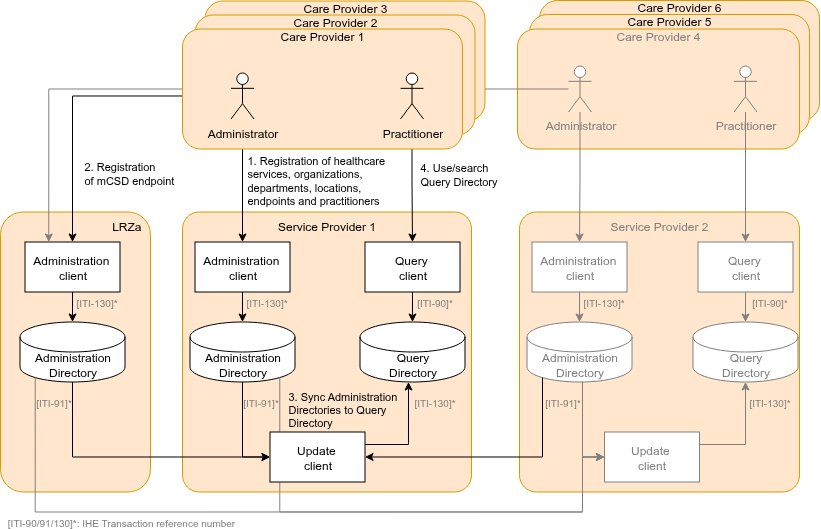
Above: input/images/careservices-overview-transactions.png in minvws/generiekefuncties-docs (draw.io), before the change. Source tidied: cells renumbered, new cells last; positions are measured from the earlier drawing's top-left corner, leaving out a move shared by most shapes.
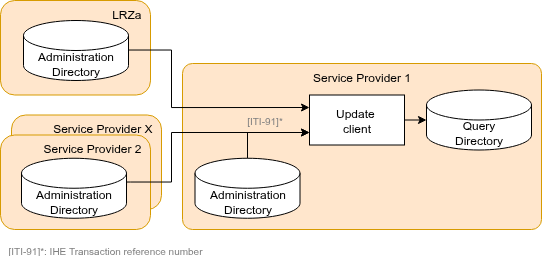
The same diagram one commit later.

Commit message:
simplify overview, include sync example

Change to the diagram source:
```diff
@@ -2,217 +2,63 @@
   <root>
     <mxCell id="0" />
     <mxCell id="1" parent="0" />
-    <mxCell id="2" value="Care Provider 6" style="rounded=1;whiteSpace=wrap;html=1;verticalAlign=top;align=center;fillColor=#ffe6cc;strokeColor=#d79b00;spacing=-5;" parent="1" vertex="1">
-      <mxGeometry x="539" width="280" height="120" as="geometry" />
-    </mxCell>
-    <mxCell id="3" value="Care Provider 5" style="rounded=1;whiteSpace=wrap;html=1;verticalAlign=top;align=center;fillColor=#ffe6cc;strokeColor=#d79b00;spacing=-5;" parent="1" vertex="1">
-      <mxGeometry x="529" y="14" width="280" height="120" as="geometry" />
-    </mxCell>
     <mxCell id="4" value="Service Provider 1" style="rounded=1;whiteSpace=wrap;html=1;verticalAlign=top;align=center;fillColor=#ffe6cc;strokeColor=#d79b00;horizontal=1;arcSize=6;" parent="1" vertex="1">
-      <mxGeometry x="182" y="211.5" width="289" height="280" as="geometry" />
+      <mxGeometry x="328" y="100" width="359" height="166" as="geometry" />
     </mxCell>
     <mxCell id="5" value="LRZa" style="rounded=1;whiteSpace=wrap;html=1;verticalAlign=top;align=right;fillColor=#ffe6cc;strokeColor=#d79b00;spacingLeft=9;horizontal=1;spacingRight=7;" parent="1" vertex="1">
-      <mxGeometry y="211.5" width="150" height="280" as="geometry" />
+      <mxGeometry x="146" y="37" width="150" height="94.5" as="geometry" />
     </mxCell>
     <mxCell id="6" value="Administration&lt;div&gt;Directory&lt;/div&gt;" style="shape=cylinder3;whiteSpace=wrap;html=1;boundedLbl=1;backgroundOutline=1;size=15;" parent="1" vertex="1">
-      <mxGeometry x="19.5" y="321.5" width="105" height="60" as="geometry" />
+      <mxGeometry x="169" y="57" width="105" height="60" as="geometry" />
     </mxCell>
-    <mxCell id="7" value="Administration&amp;nbsp;&lt;div&gt;client&lt;/div&gt;" style="rounded=0;whiteSpace=wrap;html=1;" parent="1" vertex="1">
-      <mxGeometry x="24.5" y="241.5" width="95" height="50" as="geometry" />
-    </mxCell>
-    <mxCell id="8" style="edgeStyle=orthogonalEdgeStyle;rounded=0;jettySize=auto;html=1;" parent="1" edge="1" source="7" target="6">
-      <mxGeometry relative="1" as="geometry" />
-    </mxCell>
-    <mxCell id="9" style="edgeStyle=orthogonalEdgeStyle;rounded=0;jettySize=auto;html=1;" parent="1" edge="1" source="48" target="15">
-      <mxGeometry relative="1" as="geometry" />
-    </mxCell>
-    <mxCell id="10" value="&lt;span&gt;1. Registration&amp;nbsp;&lt;/span&gt;&lt;span style=&quot;color: light-dark(rgb(0, 0, 0), rgb(255, 255, 255));&quot;&gt;of&amp;nbsp;&lt;/span&gt;healthcare&amp;nbsp;&lt;div&gt;services, organizations,&amp;nbsp;&lt;/div&gt;&lt;div&gt;departments, locations,&amp;nbsp;&lt;/div&gt;&lt;div&gt;endpoints and practitioners&lt;/div&gt;" style="edgeLabel;html=1;align=left;verticalAlign=middle;labelBackgroundColor=none;fontSize=11;fontStyle=0;" parent="9" vertex="1">
-      <mxGeometry x="0.07" relative="1" as="geometry">
-        <mxPoint x="3" y="-4" as="offset" />
-      </mxGeometry>
-    </mxCell>
-    <mxCell id="11" style="edgeStyle=orthogonalEdgeStyle;rounded=0;jettySize=auto;html=1;" parent="1" edge="1" source="49" target="18">
-      <mxGeometry relative="1" as="geometry" />
-    </mxCell>
-    <mxCell id="12" value="4. Use/search&amp;nbsp;&lt;div&gt;Query Directory&lt;/div&gt;" style="edgeLabel;html=1;align=left;verticalAlign=middle;labelBackgroundColor=none;fontSize=11;" parent="11" vertex="1">
-      <mxGeometry x="0.12" y="1" relative="1" as="geometry">
-        <mxPoint x="5" y="-13" as="offset" />
-      </mxGeometry>
-    </mxCell>
     <mxCell id="13" value="Administration&lt;div&gt;Directory&lt;/div&gt;" style="shape=cylinder3;whiteSpace=wrap;html=1;boundedLbl=1;backgroundOutline=1;size=15;" parent="1" vertex="1">
-      <mxGeometry x="189.5" y="321.5" width="105" height="60" as="geometry" />
+      <mxGeometry x="340.5" y="194.8" width="105" height="60" as="geometry" />
     </mxCell>
-    <mxCell id="14" style="edgeStyle=orthogonalEdgeStyle;rounded=0;jettySize=auto;html=1;" parent="1" edge="1" source="15" target="13">
-      <mxGeometry relative="1" as="geometry" />
-    </mxCell>
-    <mxCell id="15" value="Administration&amp;nbsp;&lt;div&gt;client&lt;/div&gt;" style="rounded=0;whiteSpace=wrap;html=1;" parent="1" vertex="1">
-      <mxGeometry x="194.5" y="241.5" width="95" height="50" as="geometry" />
-    </mxCell>
     <mxCell id="16" value="Query&lt;div&gt;Directory&lt;/div&gt;" style="shape=cylinder3;whiteSpace=wrap;html=1;boundedLbl=1;backgroundOutline=1;size=15;" parent="1" vertex="1">
-      <mxGeometry x="359.5" y="321.5" width="105" height="60" as="geometry" />
+      <mxGeometry x="572" y="126.5" width="105" height="60" as="geometry" />
     </mxCell>
-    <mxCell id="17" style="edgeStyle=orthogonalEdgeStyle;rounded=0;jettySize=auto;html=1;" parent="1" edge="1" source="18" target="16">
-      <mxGeometry relative="1" as="geometry" />
-    </mxCell>
-    <mxCell id="18" value="Query&amp;nbsp;&lt;div&gt;client&lt;/div&gt;" style="rounded=0;whiteSpace=wrap;html=1;" parent="1" vertex="1">
-      <mxGeometry x="364.5" y="241.5" width="95" height="50" as="geometry" />
-    </mxCell>
-    <mxCell id="19" style="edgeStyle=orthogonalEdgeStyle;rounded=0;jettySize=auto;html=1;exitX=0;exitY=0.5;exitDx=0;exitDy=0;startArrow=classic;startFill=1;endArrow=none;endFill=0;" parent="1" edge="1" source="41" target="13">
+    <mxCell id="19" style="edgeStyle=orthogonalEdgeStyle;rounded=0;jettySize=auto;html=1;exitX=0;exitY=0.75;exitDx=0;exitDy=0;startArrow=classic;startFill=1;endArrow=none;endFill=0;" parent="1" edge="1" source="41" target="13">
       <mxGeometry relative="1" as="geometry" />
     </mxCell>
-    <mxCell id="20" value="Care Provider 4" style="rounded=1;whiteSpace=wrap;html=1;verticalAlign=top;align=center;fillColor=#ffe6cc;strokeColor=#d79b00;fontColor=#808080;spacing=-5;" parent="1" vertex="1">
-      <mxGeometry x="517" y="28.5" width="282" height="120" as="geometry" />
-    </mxCell>
-    <mxCell id="21" value="Service Provider 2" style="rounded=1;whiteSpace=wrap;html=1;verticalAlign=top;align=center;fillColor=#ffe6cc;strokeColor=#d79b00;fontColor=#808080;arcSize=6;" parent="1" vertex="1">
-      <mxGeometry x="519" y="211.5" width="280" height="280" as="geometry" />
-    </mxCell>
-    <mxCell id="22" value="Administration&lt;div&gt;Directory&lt;/div&gt;" style="shape=cylinder3;whiteSpace=wrap;html=1;boundedLbl=1;backgroundOutline=1;size=15;strokeColor=#808080;fontColor=#808080;" parent="1" vertex="1">
-      <mxGeometry x="526.5" y="321.5" width="105" height="60" as="geometry" />
-    </mxCell>
-    <mxCell id="23" style="edgeStyle=orthogonalEdgeStyle;rounded=0;jettySize=auto;html=1;strokeColor=#808080;" parent="1" edge="1" source="24" target="22">
-      <mxGeometry relative="1" as="geometry" />
-    </mxCell>
-    <mxCell id="24" value="Administration&amp;nbsp;&lt;div&gt;client&lt;/div&gt;" style="rounded=0;whiteSpace=wrap;html=1;strokeColor=#808080;fontColor=#808080;" parent="1" vertex="1">
-      <mxGeometry x="531.5" y="241.5" width="95" height="50" as="geometry" />
-    </mxCell>
-    <mxCell id="25" value="Query&lt;div&gt;Directory&lt;/div&gt;" style="shape=cylinder3;whiteSpace=wrap;html=1;boundedLbl=1;backgroundOutline=1;size=15;strokeColor=#808080;fontColor=#808080;" parent="1" vertex="1">
-      <mxGeometry x="692.5" y="321.5" width="105" height="60" as="geometry" />
-    </mxCell>
-    <mxCell id="26" style="edgeStyle=orthogonalEdgeStyle;rounded=0;jettySize=auto;html=1;strokeColor=#808080;" parent="1" edge="1" source="27" target="25">
-      <mxGeometry relative="1" as="geometry" />
-    </mxCell>
-    <mxCell id="27" value="Query&amp;nbsp;&lt;div&gt;client&lt;/div&gt;" style="rounded=0;whiteSpace=wrap;html=1;strokeColor=#808080;fontColor=#808080;" parent="1" vertex="1">
-      <mxGeometry x="697.5" y="241.5" width="95" height="50" as="geometry" />
-    </mxCell>
-    <mxCell id="28" style="edgeStyle=orthogonalEdgeStyle;rounded=0;jettySize=auto;html=1;strokeColor=#808080;exitX=0;exitY=0.5;exitDx=0;exitDy=0;startArrow=classic;startFill=1;endArrow=none;endFill=0;" parent="1" edge="1" source="30" target="22">
-      <mxGeometry relative="1" as="geometry">
-        <Array as="points">
-          <mxPoint x="582" y="456.5" />
-        </Array>
-      </mxGeometry>
-    </mxCell>
-    <mxCell id="29" style="edgeStyle=orthogonalEdgeStyle;rounded=0;jettySize=auto;html=1;strokeColor=#808080;exitX=1;exitY=0.25;exitDx=0;exitDy=0;" parent="1" edge="1" source="30" target="25">
-      <mxGeometry relative="1" as="geometry" />
-    </mxCell>
-    <mxCell id="30" value="Update&amp;nbsp;&lt;div&gt;client&lt;/div&gt;" style="rounded=0;whiteSpace=wrap;html=1;strokeColor=#808080;fontColor=#808080;" parent="1" vertex="1">
-      <mxGeometry x="604" y="431.5" width="95" height="50" as="geometry" />
-    </mxCell>
-    <mxCell id="31" style="edgeStyle=orthogonalEdgeStyle;rounded=0;jettySize=auto;html=1;entryX=0.855;entryY=1;entryDx=0;entryDy=-4.35;entryPerimeter=0;strokeColor=#808080;startArrow=classic;startFill=1;endArrow=none;endFill=0;" parent="1" edge="1" source="30" target="13">
-      <mxGeometry relative="1" as="geometry">
-        <Array as="points">
-          <mxPoint x="582" y="456.5" />
-          <mxPoint x="582" y="511.5" />
-          <mxPoint x="279" y="511.5" />
-        </Array>
-      </mxGeometry>
-    </mxCell>
-    <mxCell id="32" style="edgeStyle=orthogonalEdgeStyle;rounded=0;jettySize=auto;html=1;entryX=0.145;entryY=1;entryDx=0;entryDy=-4.35;entryPerimeter=0;exitX=1;exitY=0.5;exitDx=0;exitDy=0;startArrow=classic;startFill=1;endArrow=none;endFill=0;" parent="1" edge="1" source="41" target="22">
-      <mxGeometry relative="1" as="geometry">
-        <Array as="points">
-          <mxPoint x="542" y="456.5" />
-          <mxPoint x="542" y="377.5" />
-        </Array>
-      </mxGeometry>
-    </mxCell>
-    <mxCell id="33" value="3. Sync&amp;nbsp;&lt;span style=&quot;color: light-dark(rgb(0, 0, 0), rgb(255, 255, 255));&quot;&gt;Administration&amp;nbsp;&lt;/span&gt;&lt;div&gt;&lt;span style=&quot;color: light-dark(rgb(0, 0, 0), rgb(255, 255, 255));&quot;&gt;Directories&amp;nbsp;&lt;/span&gt;&lt;span style=&quot;color: light-dark(rgb(0, 0, 0), rgb(255, 255, 255));&quot;&gt;to Query&amp;nbsp;&lt;/span&gt;&lt;/div&gt;&lt;div&gt;&lt;span style=&quot;color: light-dark(rgb(0, 0, 0), rgb(255, 255, 255));&quot;&gt;Directory&lt;/span&gt;&lt;/div&gt;" style="edgeLabel;html=1;align=left;verticalAlign=middle;labelBackgroundColor=none;fontSize=11;" parent="32" vertex="1">
-      <mxGeometry x="-0.55" relative="1" as="geometry">
-        <mxPoint x="-137" y="-48" as="offset" />
-      </mxGeometry>
-    </mxCell>
-    <mxCell id="34" style="edgeStyle=orthogonalEdgeStyle;rounded=0;jettySize=auto;html=1;entryX=0.145;entryY=1;entryDx=0;entryDy=-4.35;entryPerimeter=0;strokeColor=#808080;exitX=0;exitY=0.5;exitDx=0;exitDy=0;startArrow=classic;startFill=1;endArrow=none;endFill=0;" parent="1" edge="1" source="30" target="6">
-      <mxGeometry relative="1" as="geometry">
-        <Array as="points">
-          <mxPoint x="582" y="456.5" />
-          <mxPoint x="582" y="511.5" />
-          <mxPoint x="35" y="511.5" />
-        </Array>
-      </mxGeometry>
-    </mxCell>
-    <mxCell id="35" style="edgeStyle=orthogonalEdgeStyle;rounded=0;jettySize=auto;html=1;jumpStyle=arc;exitX=1;exitY=0.25;exitDx=0;exitDy=0;" parent="1" edge="1" source="41">
-      <mxGeometry relative="1" as="geometry">
-        <mxPoint x="408" y="381.5" as="targetPoint" />
-      </mxGeometry>
+    <mxCell id="35" style="edgeStyle=orthogonalEdgeStyle;rounded=0;jettySize=auto;html=1;jumpStyle=arc;exitX=1;exitY=0.5;exitDx=0;exitDy=0;entryX=0;entryY=0.5;entryDx=0;entryDy=0;entryPerimeter=0;" parent="1" edge="1" source="41" target="16">
+      <mxGeometry relative="1" as="geometry" />
     </mxCell>
-    <mxCell id="36" style="edgeStyle=orthogonalEdgeStyle;rounded=0;jettySize=auto;html=1;entryX=0.25;entryY=0;entryDx=0;entryDy=0;fontColor=#808080;strokeColor=#808080;" parent="1" edge="1" source="38" target="7">
-      <mxGeometry relative="1" as="geometry" />
-    </mxCell>
-    <mxCell id="37" style="edgeStyle=orthogonalEdgeStyle;rounded=0;jettySize=auto;html=1;fontColor=#808080;strokeColor=#808080;" parent="1" edge="1" source="38" target="24">
-      <mxGeometry relative="1" as="geometry" />
-    </mxCell>
-    <mxCell id="38" value="Administrator" style="shape=umlActor;verticalLabelPosition=bottom;verticalAlign=top;html=1;outlineConnect=0;strokeColor=#808080;fontColor=#808080;" parent="1" vertex="1">
-      <mxGeometry x="568" y="65.5" width="23" height="46" as="geometry" />
-    </mxCell>
-    <mxCell id="39" style="edgeStyle=orthogonalEdgeStyle;rounded=0;jettySize=auto;html=1;fontColor=#808080;strokeColor=#808080;" parent="1" edge="1" source="40" target="27">
-      <mxGeometry relative="1" as="geometry" />
-    </mxCell>
-    <mxCell id="40" value="Practitioner" style="shape=umlActor;verticalLabelPosition=bottom;verticalAlign=top;html=1;outlineConnect=0;strokeColor=#808080;fontColor=#808080;" parent="1" vertex="1">
-      <mxGeometry x="733.5" y="65.5" width="23" height="46" as="geometry" />
-    </mxCell>
     <mxCell id="41" value="Update&amp;nbsp;&lt;div&gt;client&lt;/div&gt;" style="rounded=0;whiteSpace=wrap;html=1;" parent="1" vertex="1">
-      <mxGeometry x="269.5" y="431.5" width="95" height="50" as="geometry" />
+      <mxGeometry x="455" y="131.5" width="95" height="50" as="geometry" />
     </mxCell>
-    <mxCell id="42" style="edgeStyle=orthogonalEdgeStyle;rounded=0;jettySize=auto;html=1;exitX=0;exitY=0.5;exitDx=0;exitDy=0;jumpStyle=arc;startArrow=classic;startFill=1;endArrow=none;endFill=0;entryX=0.5;entryY=1;entryDx=0;entryDy=0;entryPerimeter=0;" parent="1" edge="1" source="41" target="6">
+    <mxCell id="42" style="edgeStyle=orthogonalEdgeStyle;rounded=0;jettySize=auto;html=1;exitX=0;exitY=0.25;exitDx=0;exitDy=0;jumpStyle=arc;startArrow=classic;startFill=1;endArrow=none;endFill=0;entryX=1;entryY=0.5;entryDx=0;entryDy=0;entryPerimeter=0;" parent="1" edge="1" source="41" target="6">
       <mxGeometry relative="1" as="geometry">
         <Array as="points">
-          <mxPoint x="72" y="456.5" />
+          <mxPoint x="317" y="143.5" />
+          <mxPoint x="317" y="86.5" />
+          <mxPoint x="274" y="86.5" />
         </Array>
       </mxGeometry>
     </mxCell>
-    <mxCell id="43" style="edgeStyle=orthogonalEdgeStyle;rounded=0;jettySize=auto;html=1;entryX=0.5;entryY=0;entryDx=0;entryDy=0;" parent="1" edge="1" source="48" target="7">
-      <mxGeometry relative="1" as="geometry" />
-    </mxCell>
-    <mxCell id="44" value="&lt;span&gt;2. Registration&amp;nbsp;&lt;/span&gt;&lt;div&gt;of mCSD endpoint&lt;/div&gt;" style="edgeLabel;html=1;align=left;verticalAlign=middle;labelBackgroundColor=none;fontSize=11;" parent="43" vertex="1">
-      <mxGeometry x="0.13" y="4" relative="1" as="geometry">
-        <mxPoint x="6" y="63" as="offset" />
-      </mxGeometry>
-    </mxCell>
-    <mxCell id="45" value="Care Provider 3" style="rounded=1;whiteSpace=wrap;html=1;verticalAlign=top;align=center;fillColor=#ffe6cc;strokeColor=#d79b00;spacing=-5;" parent="1" vertex="1">
-      <mxGeometry x="204.5" y="0.5" width="280" height="120" as="geometry" />
-    </mxCell>
-    <mxCell id="46" value="Care Provider 2" style="rounded=1;whiteSpace=wrap;html=1;verticalAlign=top;align=center;fillColor=#ffe6cc;strokeColor=#d79b00;spacing=-5;" parent="1" vertex="1">
-      <mxGeometry x="194.5" y="14.5" width="280" height="120" as="geometry" />
-    </mxCell>
-    <mxCell id="47" value="Care Provider 1" style="rounded=1;whiteSpace=wrap;html=1;verticalAlign=top;align=center;fillColor=#ffe6cc;strokeColor=#d79b00;spacing=-5;" parent="1" vertex="1">
-      <mxGeometry x="182" y="28.5" width="280" height="120" as="geometry" />
-    </mxCell>
-    <mxCell id="48" value="Administrator" style="shape=umlActor;verticalLabelPosition=bottom;verticalAlign=top;html=1;outlineConnect=0;" parent="1" vertex="1">
-      <mxGeometry x="230.5" y="72.5" width="23" height="46" as="geometry" />
-    </mxCell>
-    <mxCell id="49" value="Practitioner" style="shape=umlActor;verticalLabelPosition=bottom;verticalAlign=top;html=1;outlineConnect=0;" parent="1" vertex="1">
-      <mxGeometry x="400" y="72.5" width="23" height="46" as="geometry" />
-    </mxCell>
-    <mxCell id="50" value="[ITI-130]*" style="text;html=1;align=center;verticalAlign=middle;whiteSpace=wrap;rounded=0;fontSize=10;fontColor=#808080;" parent="1" vertex="1">
-      <mxGeometry x="73" y="297" width="46.5" height="10" as="geometry" />
-    </mxCell>
-    <mxCell id="51" value="[ITI-90/91/130]*: IHE Transaction reference number" style="text;html=1;align=center;verticalAlign=middle;whiteSpace=wrap;rounded=0;fontSize=10;fontColor=#808080;" parent="1" vertex="1">
-      <mxGeometry x="1" y="517" width="240" height="10" as="geometry" />
+    <mxCell id="51" value="[ITI-91]*: IHE Transaction reference number" style="text;html=1;align=center;verticalAlign=middle;whiteSpace=wrap;rounded=0;fontSize=10;fontColor=#808080;" parent="1" vertex="1">
+      <mxGeometry x="150.5" y="281.5" width="200" height="10" as="geometry" />
     </mxCell>
-    <mxCell id="52" value="[ITI-130]*" style="text;html=1;align=center;verticalAlign=middle;whiteSpace=wrap;rounded=0;fontSize=10;fontColor=#808080;" parent="1" vertex="1">
-      <mxGeometry x="243" y="297" width="46.5" height="10" as="geometry" />
-    </mxCell>
-    <mxCell id="53" value="[ITI-130]*" style="text;html=1;align=center;verticalAlign=middle;whiteSpace=wrap;rounded=0;fontSize=10;fontColor=#808080;" parent="1" vertex="1">
-      <mxGeometry x="580" y="297" width="46.5" height="10" as="geometry" />
-    </mxCell>
-    <mxCell id="54" value="[ITI-130]*" style="text;html=1;align=center;verticalAlign=middle;whiteSpace=wrap;rounded=0;fontSize=10;fontColor=#808080;" parent="1" vertex="1">
-      <mxGeometry x="746" y="397" width="46.5" height="10" as="geometry" />
-    </mxCell>
-    <mxCell id="55" value="[ITI-130]*" style="text;html=1;align=center;verticalAlign=middle;whiteSpace=wrap;rounded=0;fontSize=10;fontColor=#808080;" parent="1" vertex="1">
-      <mxGeometry x="411" y="397" width="46.5" height="10" as="geometry" />
-    </mxCell>
-    <mxCell id="56" value="[ITI-91]*" style="text;html=1;align=center;verticalAlign=middle;whiteSpace=wrap;rounded=0;fontSize=10;fontColor=#808080;" parent="1" vertex="1">
-      <mxGeometry x="30" y="397" width="46.5" height="10" as="geometry" />
-    </mxCell>
     <mxCell id="57" value="[ITI-91]*" style="text;html=1;align=center;verticalAlign=middle;whiteSpace=wrap;rounded=0;fontSize=10;fontColor=#808080;" parent="1" vertex="1">
-      <mxGeometry x="237" y="397" width="46.5" height="10" as="geometry" />
+      <mxGeometry x="387" y="151.5" width="46.5" height="10" as="geometry" />
     </mxCell>
-    <mxCell id="58" value="[ITI-91]*" style="text;html=1;align=center;verticalAlign=middle;whiteSpace=wrap;rounded=0;fontSize=10;fontColor=#808080;" parent="1" vertex="1">
-      <mxGeometry x="539" y="397" width="46.5" height="10" as="geometry" />
-    </mxCell>
-    <mxCell id="59" value="[ITI-90]*" style="text;html=1;align=center;verticalAlign=middle;whiteSpace=wrap;rounded=0;fontSize=10;fontColor=#808080;" parent="1" vertex="1">
-      <mxGeometry x="411" y="297" width="46.5" height="10" as="geometry" />
-    </mxCell>
-    <mxCell id="60" value="[ITI-90]*" style="text;html=1;align=center;verticalAlign=middle;whiteSpace=wrap;rounded=0;fontSize=10;fontColor=#808080;" parent="1" vertex="1">
-      <mxGeometry x="746" y="297" width="46.5" height="10" as="geometry" />
-    </mxCell>
+    <mxCell id="61" value="&lt;span style=&quot;text-align: center;&quot;&gt;Service Provider X&lt;/span&gt;" style="rounded=1;whiteSpace=wrap;html=1;verticalAlign=top;align=right;fillColor=#ffe6cc;strokeColor=#d79b00;spacingLeft=9;horizontal=1;spacingRight=7;fontColor=#000000;" parent="1" vertex="1">
+      <mxGeometry x="157" y="151.5" width="150" height="94.5" as="geometry" />
+    </mxCell>
+    <mxCell id="21" value="&lt;span style=&quot;text-align: center;&quot;&gt;Service Provider 2&lt;/span&gt;" style="rounded=1;whiteSpace=wrap;html=1;verticalAlign=top;align=right;fillColor=#ffe6cc;strokeColor=#d79b00;spacingLeft=9;horizontal=1;spacingRight=7;fontColor=#000000;" parent="1" vertex="1">
+      <mxGeometry x="146" y="171.5" width="150" height="94.5" as="geometry" />
+    </mxCell>
+    <mxCell id="62" style="edgeStyle=orthogonalEdgeStyle;rounded=0;jettySize=auto;html=1;exitX=1;exitY=0.5;exitDx=0;exitDy=0;exitPerimeter=0;entryX=0;entryY=0.75;entryDx=0;entryDy=0;" parent="1" edge="1" source="22" target="41">
+      <mxGeometry relative="1" as="geometry">
+        <Array as="points">
+          <mxPoint x="276" y="218.5" />
+          <mxPoint x="317" y="218.5" />
+          <mxPoint x="317" y="168.5" />
+          <mxPoint x="415" y="168.5" />
+        </Array>
+      </mxGeometry>
+    </mxCell>
+    <mxCell id="22" value="Administration&lt;div&gt;Directory&lt;/div&gt;" style="shape=cylinder3;whiteSpace=wrap;html=1;boundedLbl=1;backgroundOutline=1;size=15;strokeColor=#000000;fontColor=#000000;" parent="1" vertex="1">
+      <mxGeometry x="167" y="194.8" width="105" height="60" as="geometry" />
+    </mxCell>
   </root>
 </mxGraphModel>
```
